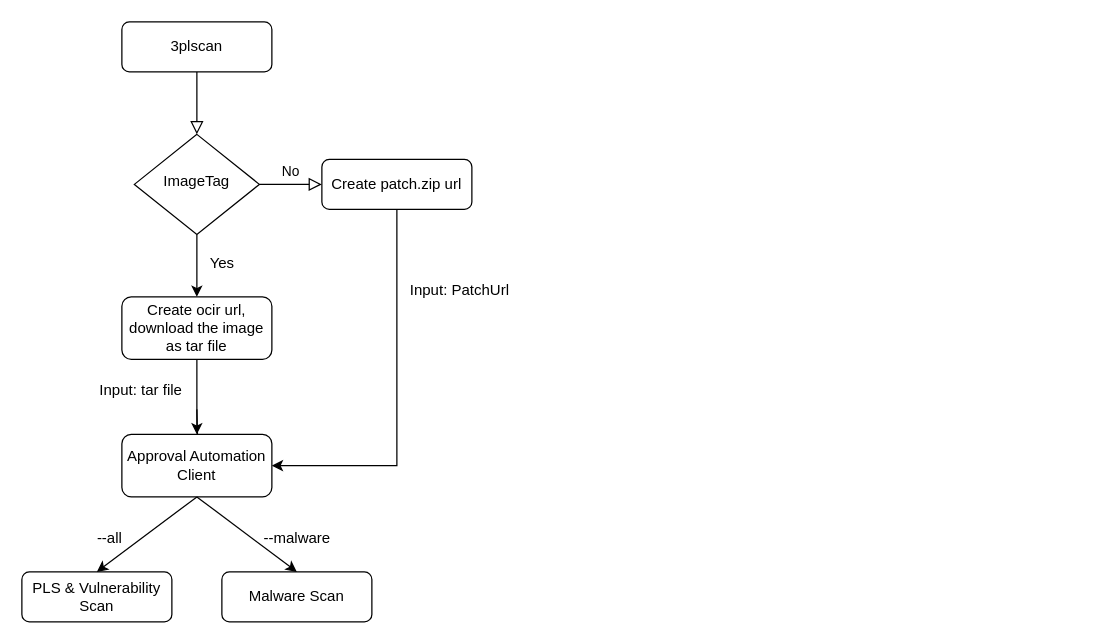
Above: Untitled Diagram.drawio in sajella8/Microservice (draw.io), before the change. Source tidied: cells renumbered, new cells numbered last; positions are measured from the earlier drawing's top-left corner, leaving out a move shared by most shapes. Both pictures are drawn from the tidied source at 125%, with x=0, y=0 at pixel (21, 21).
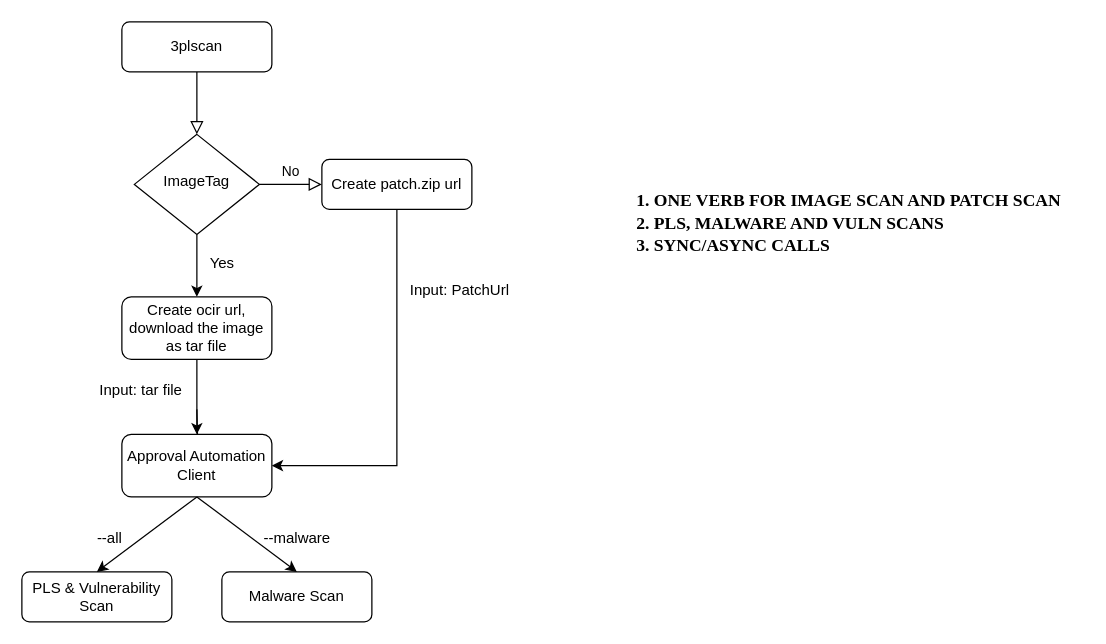
The same diagram, later.

Change to the diagram source:
```diff
@@
+    <mxCell id="22" value="&lt;pre style=&quot;&quot;&gt;&lt;h3&gt;&lt;font face=&quot;Times New Roman&quot;&gt;1. ONE VERB FOR IMAGE SCAN AND PATCH SCAN&lt;br&gt;&lt;/font&gt;&lt;font face=&quot;Times New Roman&quot;&gt;2. PLS, MALWARE AND VULN SCANS&amp;nbsp;&lt;br&gt;&lt;/font&gt;&lt;font face=&quot;Times New Roman&quot;&gt;&lt;span style=&quot;background-color: initial;&quot;&gt;3. SYNC/ASYNC CALLS&lt;/span&gt;&lt;/font&gt;&lt;/h3&gt;&lt;span style=&quot;background-color: initial;&quot;&gt;&lt;font face=&quot;-Fqa7TPpRocDxB_hccjI&quot;&gt;&amp;nbsp;&lt;/font&gt;&lt;/span&gt;&lt;/pre&gt;" style="text;html=1;align=left;verticalAlign=middle;strokeColor=none;fillColor=none;" parent="1" vertex="1">
+      <mxGeometry x="490" y="115" width="360" height="120" as="geometry" />
+    </mxCell>
```
